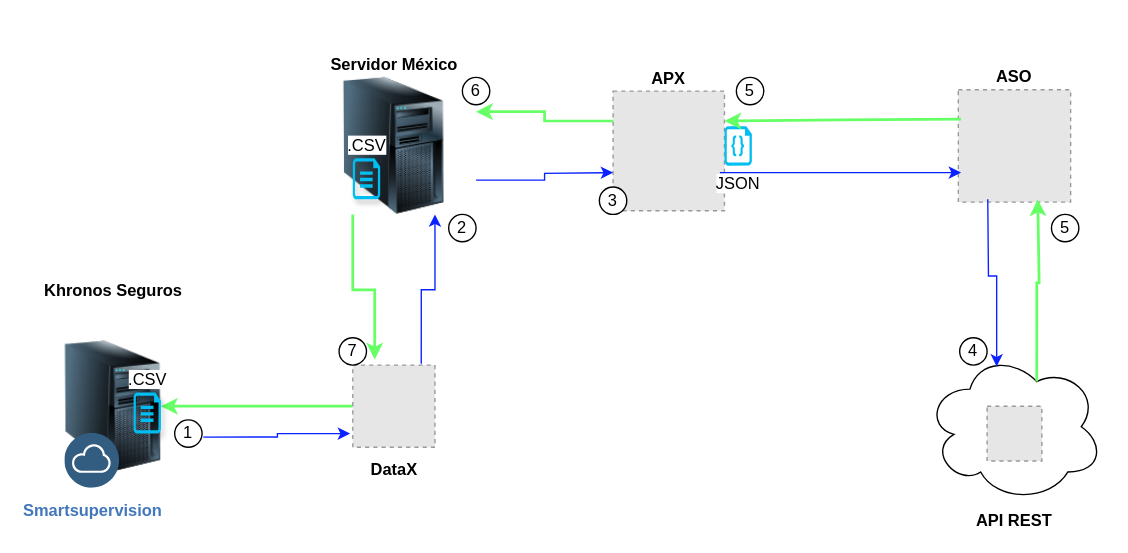
This is Khronos.drawio from PLATYPUSCO007/DRAWIO, a draw.io file, before an edit. Source tidied: cells renumbered, new cells numbered last; positions are measured from the earlier drawing's top-left corner, leaving out a move shared by most shapes. Both pictures are drawn from the tidied source at 137%, with x=0, y=0 at pixel (64, 77). Pictures stored in the file or linked from it are replaced by grey dashed boxes.
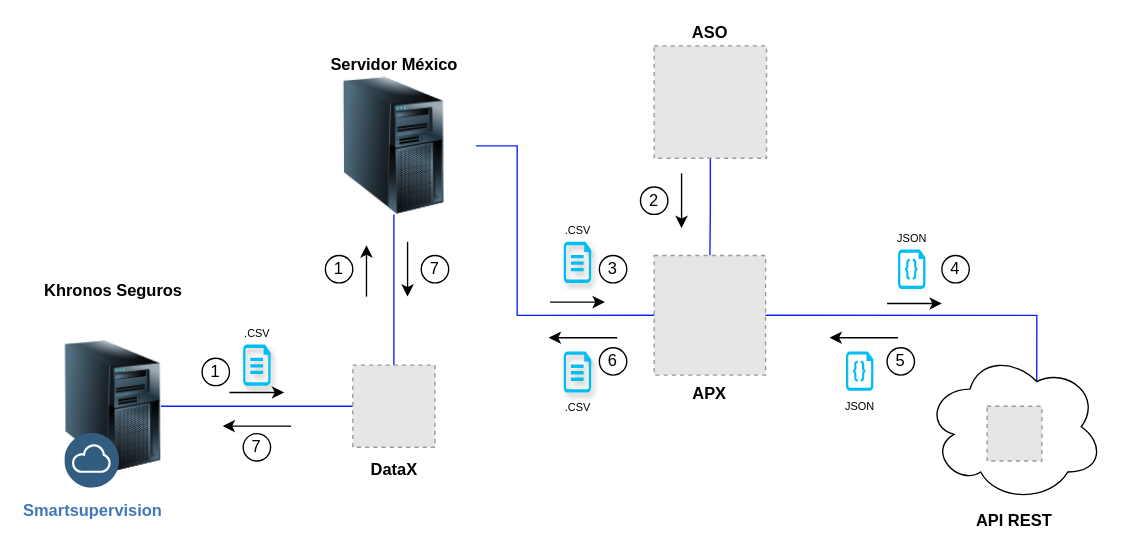
The same page after the edit.

Unchanged cells that the change refers to:
```xml
<mxCell id="5" value="Khronos Seguros" style="image;html=1;image=img/lib/clip_art/computers/Server_Tower_128x128.png;labelPosition=center;verticalLabelPosition=top;align=center;verticalAlign=bottom;fontStyle=1;" parent="1" vertex="1">
  <mxGeometry y="165" width="70" height="150" as="geometry" />
</mxCell>
<mxCell id="6" value="API REST" style="ellipse;shape=cloud;whiteSpace=wrap;html=1;align=center;verticalAlign=top;labelPosition=center;verticalLabelPosition=bottom;fontStyle=1;" parent="1" vertex="1">
  <mxGeometry x="628" y="200" width="130" height="110" as="geometry" />
</mxCell>
<mxCell id="11" value="DataX" style="fillColor=#E6E6E6;strokeColor=#999999;dashed=1;verticalLabelPosition=bottom;verticalAlign=top;html=1;align=center;fontColor=#000000;labelBackgroundColor=default;fontSize=12;spacingTop=3;fontStyle=1;" parent="1" vertex="1">
  <mxGeometry x="210" y="210" width="60" height="60" as="geometry" />
</mxCell>
<mxCell id="13" value="Servidor México" style="image;html=1;image=img/lib/clip_art/computers/Server_Tower_128x128.png;labelPosition=center;verticalLabelPosition=top;align=center;verticalAlign=bottom;fontStyle=1;" parent="1" vertex="1">
  <mxGeometry x="180" width="120" height="100" as="geometry" />
</mxCell>
```

The edit, as a diff of the source:
```diff
@@
+    <mxCell id="31" style="edgeStyle=orthogonalEdgeStyle;rounded=0;jettySize=auto;html=1;fontColor=#0A22FF;strokeColor=#0A22FF;endArrow=none;startFill=0;" parent="1" edge="1" source="2" target="3">
+      <mxGeometry relative="1" as="geometry" />
+    </mxCell>
     <mxCell id="2" value="ASO" style="fillColor=#E6E6E6;strokeColor=#999999;dashed=1;verticalLabelPosition=top;labelBackgroundColor=default;verticalAlign=bottom;labelPosition=center;align=center;fontStyle=1;" parent="1" vertex="1">
-      <mxGeometry x="652" y="9" width="82" height="82" as="geometry" />
+      <mxGeometry x="430" y="-23" width="82" height="82" as="geometry" />
     </mxCell>
-    <mxCell id="3" value="APX" style="fillColor=#E6E6E6;strokeColor=#999999;dashed=1;verticalLabelPosition=top;labelBackgroundColor=default;verticalAlign=bottom;labelPosition=center;align=center;fontStyle=1;" parent="1" vertex="1">
-      <mxGeometry x="400" y="10" width="81.3" height="87.3" as="geometry" />
+    <mxCell id="3" value="APX" style="fillColor=#E6E6E6;strokeColor=#999999;dashed=1;verticalLabelPosition=bottom;labelBackgroundColor=default;verticalAlign=top;labelPosition=center;align=center;fontStyle=1;" parent="1" vertex="1">
+      <mxGeometry x="430" y="130" width="81.3" height="87.3" as="geometry" />
     </mxCell>
-    <mxCell id="4" style="edgeStyle=orthogonalEdgeStyle;rounded=0;jettySize=auto;html=1;entryX=-0.033;entryY=0.833;entryDx=0;entryDy=0;entryPerimeter=0;exitX=1.043;exitY=0.627;exitDx=0;exitDy=0;exitPerimeter=0;fontColor=#0A22FF;strokeColor=#0A22FF;" parent="1" edge="1" source="23" target="11">
+    <mxCell id="4" style="edgeStyle=orthogonalEdgeStyle;rounded=0;jettySize=auto;html=1;entryX=0;entryY=0.5;entryDx=0;entryDy=0;exitX=1;exitY=0.5;exitDx=0;exitDy=0;fontColor=#0A22FF;strokeColor=#0A22FF;endArrow=none;startFill=0;" parent="1" edge="1" source="5" target="11">
       <mxGeometry relative="1" as="geometry" />
     </mxCell>
@@
+    <mxCell id="32" style="edgeStyle=orthogonalEdgeStyle;rounded=0;jettySize=auto;html=1;exitX=0.625;exitY=0.2;exitDx=0;exitDy=0;exitPerimeter=0;entryX=1;entryY=0.5;entryDx=0;entryDy=0;endArrow=none;startFill=0;strokeColor=#0A22FF;" parent="1" edge="1" source="6" target="3">
+      <mxGeometry relative="1" as="geometry">
+        <Array as="points">
+          <mxPoint x="709" y="174" />
+        </Array>
+      </mxGeometry>
+    </mxCell>
@@
-    <mxCell id="7" style="edgeStyle=orthogonalEdgeStyle;rounded=0;orthogonalLoop=1;jettySize=auto;html=1;exitX=1;exitY=0.75;exitDx=0;exitDy=0;exitPerimeter=0;entryX=0;entryY=0.75;entryDx=0;entryDy=0;entryPerimeter=0;strokeColor=#0A22FF;" parent="1" edge="1">
-      <mxGeometry relative="1" as="geometry">
-        <mxPoint x="478" y="69.5" as="sourcePoint" />
-        <mxPoint x="654" y="69.5" as="targetPoint" />
-      </mxGeometry>
-    </mxCell>
-    <mxCell id="8" style="edgeStyle=orthogonalEdgeStyle;rounded=0;jettySize=auto;html=1;entryX=1;entryY=0.25;entryDx=0;entryDy=0;strokeColor=#66FF66;strokeWidth=2;exitX=0;exitY=0.25;exitDx=0;exitDy=0;" parent="1" edge="1" source="3" target="13">
-      <mxGeometry relative="1" as="geometry" />
-    </mxCell>
-    <mxCell id="9" style="edgeStyle=orthogonalEdgeStyle;rounded=0;jettySize=auto;html=1;entryX=0.75;entryY=1;entryDx=0;entryDy=0;exitX=0.833;exitY=-0.017;exitDx=0;exitDy=0;exitPerimeter=0;strokeColor=#0A22FF;" parent="1" edge="1" source="11" target="13">
+    <mxCell id="9" style="edgeStyle=orthogonalEdgeStyle;rounded=0;jettySize=auto;html=1;entryX=0.5;entryY=1;entryDx=0;entryDy=0;exitX=0.5;exitY=0;exitDx=0;exitDy=0;strokeColor=#0A22FF;endArrow=none;startFill=0;" parent="1" edge="1" source="11" target="13">
       <mxGeometry relative="1" as="geometry" />
     </mxCell>
-    <mxCell id="10" style="edgeStyle=orthogonalEdgeStyle;rounded=0;jettySize=auto;html=1;entryX=1;entryY=0.5;entryDx=0;entryDy=0;strokeWidth=2;strokeColor=#66FF66;" parent="1" edge="1" source="11" target="5">
-      <mxGeometry relative="1" as="geometry" />
-    </mxCell>
@@
-    <mxCell id="14" value=".CSV" style="verticalLabelPosition=top;html=1;verticalAlign=bottom;align=center;strokeColor=none;fillColor=#00BEF2;shape=mxgraph.azure.file;labelPosition=center;labelBackgroundColor=#FFFFFF;gradientColor=none;shadow=1;" parent="1" vertex="1">
-      <mxGeometry x="50" y="230" width="20" height="30" as="geometry" />
+    <mxCell id="14" value=".CSV" style="verticalLabelPosition=top;html=1;verticalAlign=bottom;align=center;strokeColor=none;fillColor=#00BEF2;shape=mxgraph.azure.file;labelPosition=center;labelBackgroundColor=#FFFFFF;gradientColor=none;shadow=1;fontSize=8;" parent="1" vertex="1">
+      <mxGeometry x="130" y="195" width="20" height="30" as="geometry" />
     </mxCell>
-    <mxCell id="15" style="edgeStyle=orthogonalEdgeStyle;rounded=0;jettySize=auto;html=1;entryX=0;entryY=0.75;entryDx=0;entryDy=0;entryPerimeter=0;exitX=1;exitY=0.75;exitDx=0;exitDy=0;strokeColor=#0A22FF;" parent="1" edge="1" source="13">
+    <mxCell id="15" style="edgeStyle=orthogonalEdgeStyle;rounded=0;jettySize=auto;html=1;entryX=0;entryY=0.5;entryDx=0;entryDy=0;exitX=1;exitY=0.5;exitDx=0;exitDy=0;strokeColor=#0A22FF;endArrow=none;startFill=0;" parent="1" edge="1" source="13" target="3">
       <mxGeometry relative="1" as="geometry">
-        <mxPoint x="400" y="69.5" as="targetPoint" />
+        <Array as="points">
+          <mxPoint x="330" y="50" />
+          <mxPoint x="330" y="174" />
+        </Array>
       </mxGeometry>
     </mxCell>
-    <mxCell id="16" value="JSON" style="verticalLabelPosition=bottom;html=1;verticalAlign=top;align=center;strokeColor=none;fillColor=#00BEF2;shape=mxgraph.azure.code_file;fillStyle=solid;labelBackgroundColor=default;backgroundOutline=0;" parent="1" vertex="1">
-      <mxGeometry x="481.3" y="35.6" width="20" height="28.8" as="geometry" />
+    <mxCell id="16" value="JSON" style="verticalLabelPosition=bottom;html=1;verticalAlign=top;align=center;strokeColor=none;fillColor=#00BEF2;shape=mxgraph.azure.code_file;fillStyle=solid;labelBackgroundColor=default;backgroundOutline=0;fontSize=8;" parent="1" vertex="1">
+      <mxGeometry x="570" y="200" width="20" height="28.8" as="geometry" />
     </mxCell>
-    <mxCell id="17" value=".CSV" style="verticalLabelPosition=top;html=1;verticalAlign=bottom;align=center;strokeColor=none;fillColor=#00BEF2;shape=mxgraph.azure.file;labelPosition=center;labelBackgroundColor=#FFFFFF;gradientColor=none;shadow=1;" parent="1" vertex="1">
-      <mxGeometry x="210" y="59" width="20" height="30" as="geometry" />
+    <mxCell id="17" value=".CSV" style="verticalLabelPosition=top;html=1;verticalAlign=bottom;align=center;strokeColor=none;fillColor=#00BEF2;shape=mxgraph.azure.file;labelPosition=center;labelBackgroundColor=#FFFFFF;gradientColor=none;shadow=1;fontSize=8;" parent="1" vertex="1">
+      <mxGeometry x="364" y="120" width="20" height="30" as="geometry" />
     </mxCell>
-    <mxCell id="18" style="edgeStyle=orthogonalEdgeStyle;rounded=0;jettySize=auto;html=1;exitX=0.625;exitY=0.2;exitDx=0;exitDy=0;exitPerimeter=0;fillColor=#d5e8d4;strokeColor=#66FF66;strokeWidth=2;" parent="1" edge="1" source="6">
-      <mxGeometry relative="1" as="geometry">
-        <mxPoint x="710" y="89" as="targetPoint" />
-        <Array as="points">
-          <mxPoint x="709" y="150" />
-          <mxPoint x="711" y="150" />
-        </Array>
-      </mxGeometry>
-    </mxCell>
-    <mxCell id="19" style="edgeStyle=orthogonalEdgeStyle;rounded=0;jettySize=auto;html=1;exitX=0;exitY=0.25;exitDx=0;exitDy=0;exitPerimeter=0;strokeColor=#66FF66;strokeWidth=2;entryX=1;entryY=0.25;entryDx=0;entryDy=0;" parent="1" edge="1" target="3">
-      <mxGeometry relative="1" as="geometry">
-        <mxPoint x="654" y="30.5" as="sourcePoint" />
-      </mxGeometry>
-    </mxCell>
-    <mxCell id="20" style="edgeStyle=orthogonalEdgeStyle;rounded=0;jettySize=auto;html=1;exitX=0.25;exitY=1;exitDx=0;exitDy=0;entryX=0.267;entryY=-0.067;entryDx=0;entryDy=0;entryPerimeter=0;strokeColor=#66FF66;strokeWidth=2;" parent="1" edge="1" source="13" target="11">
-      <mxGeometry relative="1" as="geometry" />
-    </mxCell>
@@
-    <mxCell id="22" style="edgeStyle=orthogonalEdgeStyle;rounded=0;jettySize=auto;html=1;exitX=0.25;exitY=1;exitDx=0;exitDy=0;exitPerimeter=0;entryX=0.4;entryY=0.1;entryDx=0;entryDy=0;entryPerimeter=0;strokeColor=#0A22FF;" parent="1" edge="1" target="6">
-      <mxGeometry relative="1" as="geometry">
-        <mxPoint x="673.5" y="89" as="sourcePoint" />
-      </mxGeometry>
-    </mxCell>
     <mxCell id="23" value="1" style="ellipse;whiteSpace=wrap;html=1;" parent="1" vertex="1">
-      <mxGeometry x="80" y="250" width="20" height="20" as="geometry" />
+      <mxGeometry x="100" y="205" width="20" height="20" as="geometry" />
     </mxCell>
-    <mxCell id="24" value="2" style="ellipse;whiteSpace=wrap;html=1;" parent="1" vertex="1">
-      <mxGeometry x="280" y="100" width="20" height="20" as="geometry" />
+    <mxCell id="24" value="1" style="ellipse;whiteSpace=wrap;html=1;" parent="1" vertex="1">
+      <mxGeometry x="190" y="130" width="20" height="20" as="geometry" />
     </mxCell>
-    <mxCell id="25" value="3" style="ellipse;whiteSpace=wrap;html=1;" parent="1" vertex="1">
-      <mxGeometry x="390" y="80" width="20" height="20" as="geometry" />
+    <mxCell id="25" value="2" style="ellipse;whiteSpace=wrap;html=1;" parent="1" vertex="1">
+      <mxGeometry x="420" y="80" width="20" height="20" as="geometry" />
     </mxCell>
     <mxCell id="26" value="4" style="ellipse;whiteSpace=wrap;html=1;" parent="1" vertex="1">
-      <mxGeometry x="653" y="190" width="20" height="20" as="geometry" />
+      <mxGeometry x="640" y="130" width="20" height="20" as="geometry" />
     </mxCell>
     <mxCell id="27" value="5" style="ellipse;whiteSpace=wrap;html=1;" parent="1" vertex="1">
-      <mxGeometry x="720" y="100" width="20" height="20" as="geometry" />
+      <mxGeometry x="600" y="197.3" width="20" height="20" as="geometry" />
     </mxCell>
-    <mxCell id="28" value="5" style="ellipse;whiteSpace=wrap;html=1;" parent="1" vertex="1">
-      <mxGeometry x="490" width="20" height="20" as="geometry" />
-    </mxCell>
-    <mxCell id="29" value="6" style="ellipse;whiteSpace=wrap;html=1;" parent="1" vertex="1">
-      <mxGeometry x="290" width="20" height="20" as="geometry" />
+    <mxCell id="29" value="7" style="ellipse;whiteSpace=wrap;html=1;" parent="1" vertex="1">
+      <mxGeometry x="260" y="130" width="20" height="20" as="geometry" />
     </mxCell>
+    <mxCell id="33" style="endArrow=classic;html=1;rounded=0;" parent="1" edge="1">
+      <mxGeometry relative="1" as="geometry">
+        <mxPoint x="120" y="230" as="sourcePoint" />
+        <mxPoint x="160" y="230" as="targetPoint" />
+      </mxGeometry>
+    </mxCell>
+    <mxCell id="34" style="endArrow=classic;html=1;rounded=0;" parent="1" edge="1">
+      <mxGeometry relative="1" as="geometry">
+        <mxPoint x="220" y="160" as="sourcePoint" />
+        <mxPoint x="220" y="122.5" as="targetPoint" />
+      </mxGeometry>
+    </mxCell>
+    <mxCell id="35" style="endArrow=classic;html=1;rounded=0;" parent="1" edge="1">
+      <mxGeometry relative="1" as="geometry">
+        <mxPoint x="450" y="70" as="sourcePoint" />
+        <mxPoint x="450" y="110" as="targetPoint" />
+      </mxGeometry>
+    </mxCell>
+    <mxCell id="36" style="endArrow=classic;html=1;rounded=0;endFill=1;" parent="1" edge="1">
+      <mxGeometry relative="1" as="geometry">
+        <mxPoint x="354" y="164" as="sourcePoint" />
+        <mxPoint x="394" y="164" as="targetPoint" />
+      </mxGeometry>
+    </mxCell>
+    <mxCell id="37" value="3" style="ellipse;whiteSpace=wrap;html=1;" parent="1" vertex="1">
+      <mxGeometry x="390" y="130" width="20" height="20" as="geometry" />
+    </mxCell>
+    <mxCell id="38" style="endArrow=classic;html=1;rounded=0;endFill=1;" parent="1" edge="1">
+      <mxGeometry relative="1" as="geometry">
+        <mxPoint x="600" y="165" as="sourcePoint" />
+        <mxPoint x="640" y="165" as="targetPoint" />
+      </mxGeometry>
+    </mxCell>
+    <mxCell id="39" style="endArrow=classic;html=1;rounded=0;endFill=1;" parent="1" edge="1">
+      <mxGeometry relative="1" as="geometry">
+        <mxPoint x="608" y="190" as="sourcePoint" />
+        <mxPoint x="558" y="190" as="targetPoint" />
+      </mxGeometry>
+    </mxCell>
+    <mxCell id="40" value="6" style="ellipse;whiteSpace=wrap;html=1;" parent="1" vertex="1">
+      <mxGeometry x="390" y="197.3" width="20" height="20" as="geometry" />
+    </mxCell>
+    <mxCell id="41" style="endArrow=classic;html=1;rounded=0;endFill=1;" parent="1" edge="1">
+      <mxGeometry relative="1" as="geometry">
+        <mxPoint x="403" y="190" as="sourcePoint" />
+        <mxPoint x="353" y="190" as="targetPoint" />
+      </mxGeometry>
+    </mxCell>
+    <mxCell id="42" value=".CSV" style="verticalLabelPosition=bottom;html=1;verticalAlign=top;align=center;strokeColor=none;fillColor=#00BEF2;shape=mxgraph.azure.file;labelPosition=center;labelBackgroundColor=#FFFFFF;gradientColor=none;shadow=1;fontSize=8;" parent="1" vertex="1">
+      <mxGeometry x="364" y="200" width="20" height="30" as="geometry" />
+    </mxCell>
+    <mxCell id="43" style="endArrow=classic;html=1;rounded=0;" parent="1" edge="1">
+      <mxGeometry relative="1" as="geometry">
+        <mxPoint x="250" y="120" as="sourcePoint" />
+        <mxPoint x="250" y="160" as="targetPoint" />
+      </mxGeometry>
+    </mxCell>
     <mxCell id="30" value="7" style="ellipse;whiteSpace=wrap;html=1;" parent="1" vertex="1">
-      <mxGeometry x="200" y="190" width="20" height="20" as="geometry" />
+      <mxGeometry x="130" y="260" width="20" height="20" as="geometry" />
     </mxCell>
+    <mxCell id="44" style="endArrow=classic;html=1;rounded=0;endFill=1;" parent="1" edge="1">
+      <mxGeometry relative="1" as="geometry">
+        <mxPoint x="165" y="254.5" as="sourcePoint" />
+        <mxPoint x="115" y="254.5" as="targetPoint" />
+      </mxGeometry>
+    </mxCell>
+    <mxCell id="45" value="JSON" style="verticalLabelPosition=top;html=1;verticalAlign=bottom;align=center;strokeColor=none;fillColor=#00BEF2;shape=mxgraph.azure.code_file;fillStyle=solid;labelBackgroundColor=default;backgroundOutline=0;fontSize=8;labelPosition=center;" parent="1" vertex="1">
+      <mxGeometry x="608" y="125.6" width="20" height="28.8" as="geometry" />
+    </mxCell>
```
